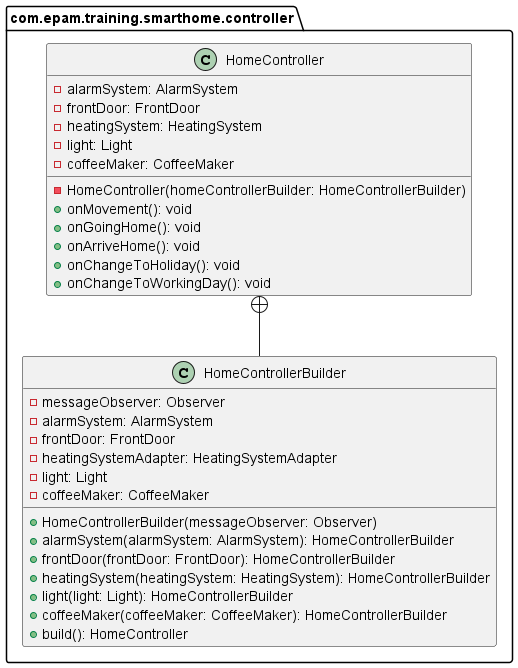
epam-java-cre/exercise-specification-images keeps this PlantUML diagram as design-patterns-smart-home/home-controller.png. Above is the earlier version.
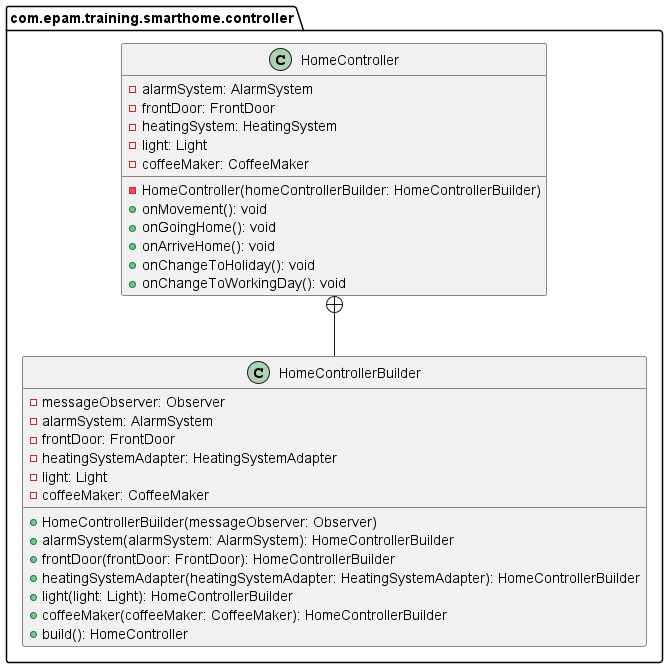
After the change.

Commit message:
fixed builder name

The edit, as a diff of the source:
```diff
@@ -27,7 +27,7 @@
         +HomeControllerBuilder(messageObserver: Observer)
         +alarmSystem(alarmSystem: AlarmSystem): HomeControllerBuilder
         +frontDoor(frontDoor: FrontDoor): HomeControllerBuilder
-        +heatingSystem(heatingSystem: HeatingSystem): HomeControllerBuilder
+        +heatingSystemAdapter(heatingSystemAdapter: HeatingSystemAdapter): HomeControllerBuilder
         +light(light: Light): HomeControllerBuilder
         +coffeeMaker(coffeeMaker: CoffeeMaker): HomeControllerBuilder
         +build(): HomeController
```
